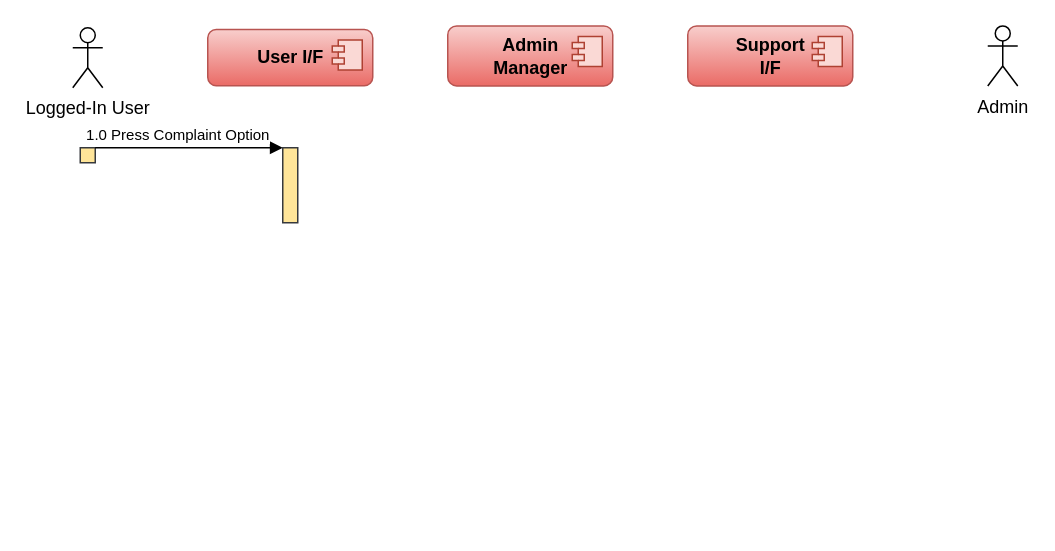
The draw.io diagram page "SAD SUC-2" (3 of 3) of SAD Sequence Diagrams.drawio in Itaybarbar/myProject, before the edit. Source tidied: cells renumbered, new cells numbered last; positions are measured from the earlier drawing's top-left corner, leaving out a move shared by most shapes. Both pictures are drawn from the tidied source at 150%, with x=0, y=0 at pixel (72, 26).
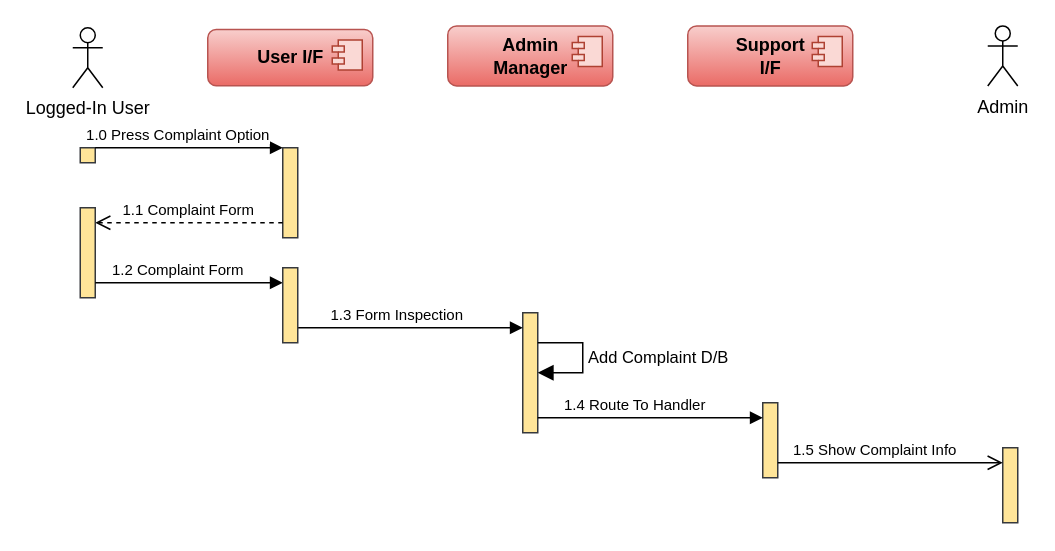
The same page after the edit.

Change to the diagram source:
```diff
@@
     <mxCell id="12" style="html=1;perimeter=orthogonalPerimeter;fillColor=#FFE599;strokeColor=#36393d;" parent="1" vertex="1">
-      <mxGeometry x="140" y="81" width="10" height="50" as="geometry" />
+      <mxGeometry x="140" y="81" width="10" height="60" as="geometry" />
     </mxCell>
+    <mxCell id="13" style="html=1;perimeter=orthogonalPerimeter;fillColor=#FFE599;strokeColor=#36393d;" parent="1" vertex="1">
+      <mxGeometry x="300" y="191" width="10" height="80" as="geometry" />
+    </mxCell>
+    <mxCell id="14" value="&lt;font style=&quot;font-size: 10px&quot;&gt;1.1 Complaint Form&lt;/font&gt;" style="html=1;verticalAlign=bottom;endArrow=open;dashed=1;endSize=8;exitX=0;exitY=0.95;rounded=0;" parent="1" edge="1">
+      <mxGeometry relative="1" as="geometry">
+        <mxPoint x="140" y="131" as="sourcePoint" />
+        <mxPoint x="15" y="131" as="targetPoint" />
+      </mxGeometry>
+    </mxCell>
+    <mxCell id="15" value="&lt;font style=&quot;font-size: 10px&quot;&gt;1.3 Form Inspection&lt;/font&gt;" style="html=1;verticalAlign=bottom;endArrow=block;rounded=0;" parent="1" edge="1">
+      <mxGeometry x="-0.12" relative="1" as="geometry">
+        <mxPoint x="150" y="201" as="sourcePoint" />
+        <mxPoint x="300" y="201" as="targetPoint" />
+      </mxGeometry>
+    </mxCell>
+    <mxCell id="16" style="html=1;perimeter=orthogonalPerimeter;fillColor=#FFE599;strokeColor=#36393d;" parent="1" vertex="1">
+      <mxGeometry x="5" y="121" width="10" height="60" as="geometry" />
+    </mxCell>
+    <mxCell id="17" value="&lt;font style=&quot;font-size: 10px&quot;&gt;1.2 Complaint Form&lt;/font&gt;" style="html=1;verticalAlign=bottom;endArrow=block;entryX=0;entryY=0;rounded=0;" parent="1" edge="1">
+      <mxGeometry x="-0.12" relative="1" as="geometry">
+        <mxPoint x="15" y="171" as="sourcePoint" />
+        <mxPoint x="140" y="171" as="targetPoint" />
+      </mxGeometry>
+    </mxCell>
+    <mxCell id="18" style="html=1;perimeter=orthogonalPerimeter;fillColor=#FFE599;strokeColor=#36393d;" parent="1" vertex="1">
+      <mxGeometry x="140" y="161" width="10" height="50" as="geometry" />
+    </mxCell>
+    <mxCell id="19" style="html=1;perimeter=orthogonalPerimeter;fillColor=#FFE599;strokeColor=#36393d;" parent="1" vertex="1">
+      <mxGeometry x="460" y="251" width="10" height="50" as="geometry" />
+    </mxCell>
+    <mxCell id="20" value="&lt;font style=&quot;font-size: 10px&quot;&gt;1.4 Route To Handler&amp;nbsp;&lt;/font&gt;" style="html=1;verticalAlign=bottom;endArrow=block;rounded=0;" parent="1" edge="1">
+      <mxGeometry x="-0.12" relative="1" as="geometry">
+        <mxPoint x="310" y="261" as="sourcePoint" />
+        <mxPoint x="460" y="261" as="targetPoint" />
+      </mxGeometry>
+    </mxCell>
+    <mxCell id="21" style="html=1;perimeter=orthogonalPerimeter;fillColor=#FFE599;strokeColor=#36393d;" parent="1" vertex="1">
+      <mxGeometry x="620" y="281" width="10" height="50" as="geometry" />
+    </mxCell>
+    <mxCell id="22" value="&lt;font style=&quot;font-size: 10px&quot;&gt;1.5 Show Complaint Info&amp;nbsp;&lt;/font&gt;" style="html=1;verticalAlign=bottom;endArrow=open;rounded=0;endFill=0;endSize=8;" parent="1" edge="1">
+      <mxGeometry x="-0.12" relative="1" as="geometry">
+        <mxPoint x="470" y="291" as="sourcePoint" />
+        <mxPoint x="620" y="291" as="targetPoint" />
+      </mxGeometry>
+    </mxCell>
+    <mxCell id="23" value="Add Complaint D/B" style="edgeStyle=orthogonalEdgeStyle;html=1;align=left;spacingLeft=2;endArrow=block;rounded=0;endSize=8;" parent="1" edge="1">
+      <mxGeometry relative="1" as="geometry">
+        <mxPoint x="310" y="211" as="sourcePoint" />
+        <mxPoint x="310" y="231" as="targetPoint" />
+        <Array as="points">
+          <mxPoint x="340" y="211" />
+          <mxPoint x="340" y="231" />
+        </Array>
+      </mxGeometry>
+    </mxCell>
```
